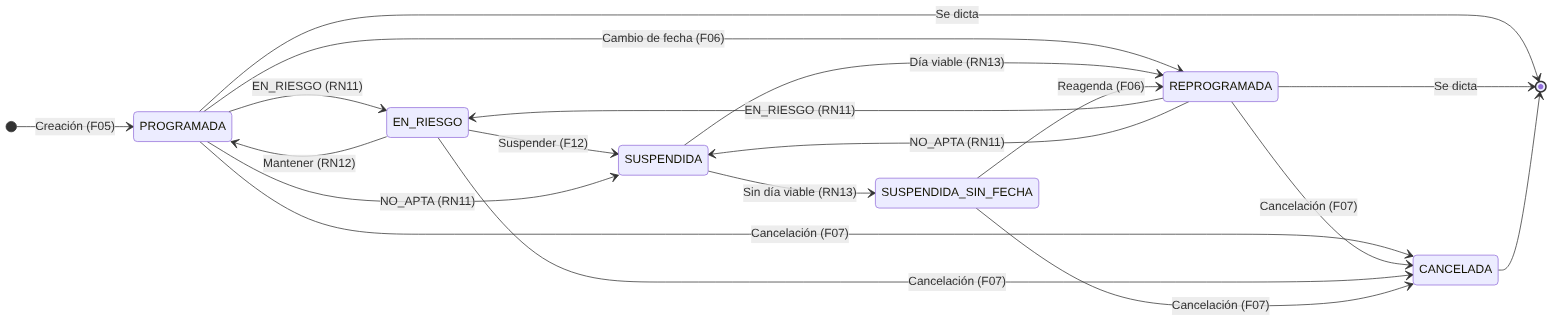
Before: docs/diagramas/estados.png, a diagram exported from Mermaid (tomy91449/climafit). Its source is kept beside it as docs/diagramas/estados.mmd.
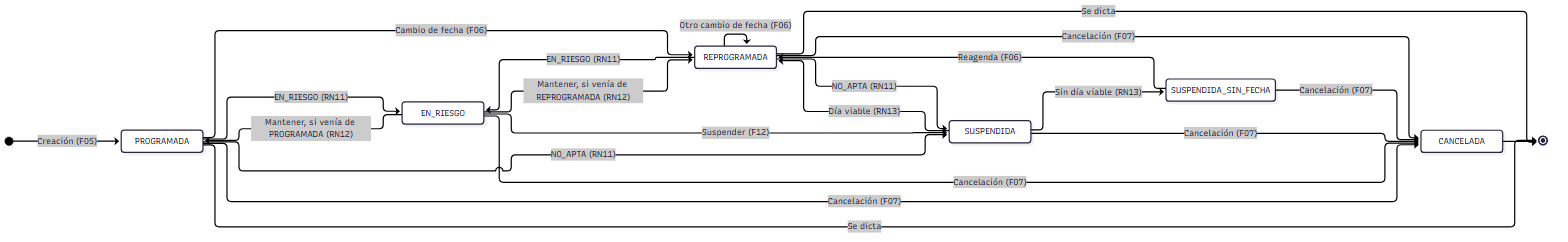
The same diagram one commit later.

The edit, as a diff of the source:
```diff
@@ -3,17 +3,20 @@
   [*] --> PROGRAMADA: Creación (F05)
   PROGRAMADA --> EN_RIESGO: EN_RIESGO (RN11)
   REPROGRAMADA --> EN_RIESGO: EN_RIESGO (RN11)
-  EN_RIESGO --> PROGRAMADA: Mantener (RN12)
+  EN_RIESGO --> PROGRAMADA: Mantener, si venía de PROGRAMADA (RN12)
+  EN_RIESGO --> REPROGRAMADA: Mantener, si venía de REPROGRAMADA (RN12)
   EN_RIESGO --> SUSPENDIDA: Suspender (F12)
   PROGRAMADA --> SUSPENDIDA: NO_APTA (RN11)
   REPROGRAMADA --> SUSPENDIDA: NO_APTA (RN11)
   PROGRAMADA --> REPROGRAMADA: Cambio de fecha (F06)
+  REPROGRAMADA --> REPROGRAMADA: Otro cambio de fecha (F06)
   SUSPENDIDA --> REPROGRAMADA: Día viable (RN13)
   SUSPENDIDA --> SUSPENDIDA_SIN_FECHA: Sin día viable (RN13)
   SUSPENDIDA_SIN_FECHA --> REPROGRAMADA: Reagenda (F06)
   PROGRAMADA --> CANCELADA: Cancelación (F07)
   REPROGRAMADA --> CANCELADA: Cancelación (F07)
   EN_RIESGO --> CANCELADA: Cancelación (F07)
+  SUSPENDIDA --> CANCELADA: Cancelación (F07)
   SUSPENDIDA_SIN_FECHA --> CANCELADA: Cancelación (F07)
   PROGRAMADA --> [*]: Se dicta
   REPROGRAMADA --> [*]: Se dicta
```
